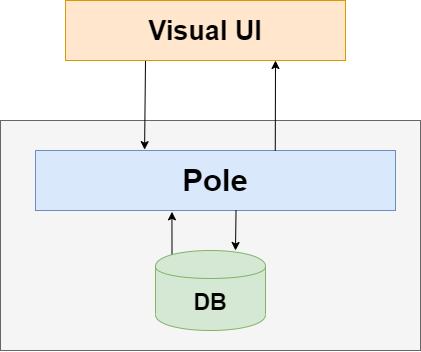
The draw.io diagram wiki-artifacts/img/MonolithicTC.png in RikuAlter/Spring-boot-traffic-sensor-control-service, before a commit. Source tidied: cells renumbered, new cells last; positions are measured from the earlier drawing's top-left corner, leaving out a move shared by most shapes. Its diagram source:
```xml
<mxGraphModel>
  <root>
    <mxCell id="0" />
    <mxCell id="1" parent="0" />
    <mxCell id="2" style="rounded=0;whiteSpace=wrap;html=1;fillColor=#f5f5f5;strokeColor=#666666;fontColor=#333333;" parent="1" vertex="1">
      <mxGeometry y="120" width="420" height="230" as="geometry" />
    </mxCell>
    <mxCell id="3" value="&lt;b&gt;&lt;font style=&quot;font-size: 31px&quot;&gt;Pole&lt;/font&gt;&lt;/b&gt;" style="rounded=0;whiteSpace=wrap;html=1;fillColor=#dae8fc;strokeColor=#6c8ebf;" parent="1" vertex="1">
      <mxGeometry x="35" y="150" width="360" height="60" as="geometry" />
    </mxCell>
    <mxCell id="4" style="endArrow=classic;html=1;entryX=0.379;entryY=1.022;entryDx=0;entryDy=0;exitX=0.15;exitY=0.05;exitDx=0;exitDy=0;exitPerimeter=0;entryPerimeter=0;" parent="1" edge="1" source="5" target="3">
      <mxGeometry relative="1" as="geometry" />
    </mxCell>
    <mxCell id="5" value="&lt;font style=&quot;font-size: 23px&quot;&gt;&lt;b&gt;DB&lt;/b&gt;&lt;/font&gt;" style="shape=cylinder;whiteSpace=wrap;html=1;boundedLbl=1;backgroundOutline=1;fillColor=#d5e8d4;strokeColor=#82b366;" parent="1" vertex="1">
      <mxGeometry x="155" y="250" width="110" height="80" as="geometry" />
    </mxCell>
    <mxCell id="6" style="endArrow=classic;html=1;exitX=0.557;exitY=1;exitDx=0;exitDy=0;exitPerimeter=0;" parent="1" edge="1" source="3">
      <mxGeometry relative="1" as="geometry">
        <mxPoint x="235" y="250" as="targetPoint" />
      </mxGeometry>
    </mxCell>
    <mxCell id="7" style="endArrow=classic;html=1;entryX=0.303;entryY=-0.014;entryDx=0;entryDy=0;entryPerimeter=0;" parent="1" edge="1" target="3">
      <mxGeometry relative="1" as="geometry">
        <mxPoint x="145" y="60" as="sourcePoint" />
      </mxGeometry>
    </mxCell>
    <mxCell id="8" style="endArrow=classic;html=1;entryX=0.75;entryY=1;entryDx=0;entryDy=0;exitX=0.666;exitY=0.005;exitDx=0;exitDy=0;exitPerimeter=0;" parent="1" edge="1" source="3" target="9">
      <mxGeometry relative="1" as="geometry" />
    </mxCell>
    <mxCell id="9" value="&lt;b&gt;&lt;font style=&quot;font-size: 27px&quot;&gt;Visual UI&lt;/font&gt;&lt;/b&gt;" style="rounded=0;whiteSpace=wrap;html=1;fillColor=#ffe6cc;strokeColor=#d79b00;" parent="1" vertex="1">
      <mxGeometry x="65" width="280" height="60" as="geometry" />
    </mxCell>
  </root>
</mxGraphModel>
```
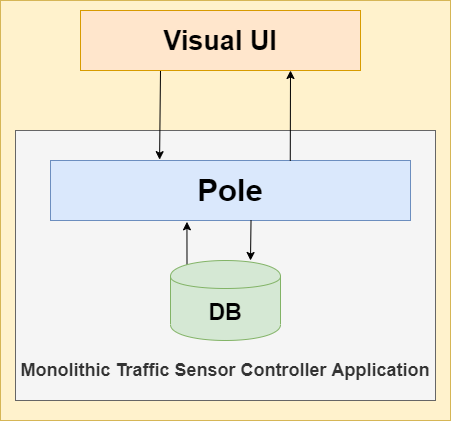
The same file after the commit.

What changed in the source:
```diff
@@ -2,8 +2,11 @@
   <root>
     <mxCell id="0" />
     <mxCell id="1" parent="0" />
+    <mxCell id="10" style="rounded=0;whiteSpace=wrap;html=1;fillColor=#fff2cc;strokeColor=#d6b656;" parent="1" vertex="1">
+      <mxGeometry x="-15" y="-10" width="450" height="420" as="geometry" />
+    </mxCell>
-    <mxCell id="2" style="rounded=0;whiteSpace=wrap;html=1;fillColor=#f5f5f5;strokeColor=#666666;fontColor=#333333;" parent="1" vertex="1">
-      <mxGeometry y="120" width="420" height="230" as="geometry" />
+    <mxCell id="2" value="&lt;br&gt;&lt;br&gt;&lt;br&gt;&lt;br&gt;&lt;br&gt;&lt;br&gt;&lt;br&gt;&lt;br&gt;&lt;br&gt;&lt;br&gt;&lt;br&gt;&lt;br&gt;&lt;br&gt;&lt;br&gt;&lt;br&gt;&lt;b&gt;&lt;font style=&quot;font-size: 18px&quot;&gt;Monolithic Traffic Sensor Controller Application&lt;/font&gt;&lt;/b&gt;" style="rounded=0;whiteSpace=wrap;html=1;fillColor=#f5f5f5;strokeColor=#666666;fontColor=#333333;" parent="1" vertex="1">
+      <mxGeometry y="120" width="420" height="270" as="geometry" />
     </mxCell>
     <mxCell id="3" value="&lt;b&gt;&lt;font style=&quot;font-size: 31px&quot;&gt;Pole&lt;/font&gt;&lt;/b&gt;" style="rounded=0;whiteSpace=wrap;html=1;fillColor=#dae8fc;strokeColor=#6c8ebf;" parent="1" vertex="1">
       <mxGeometry x="35" y="150" width="360" height="60" as="geometry" />
```
